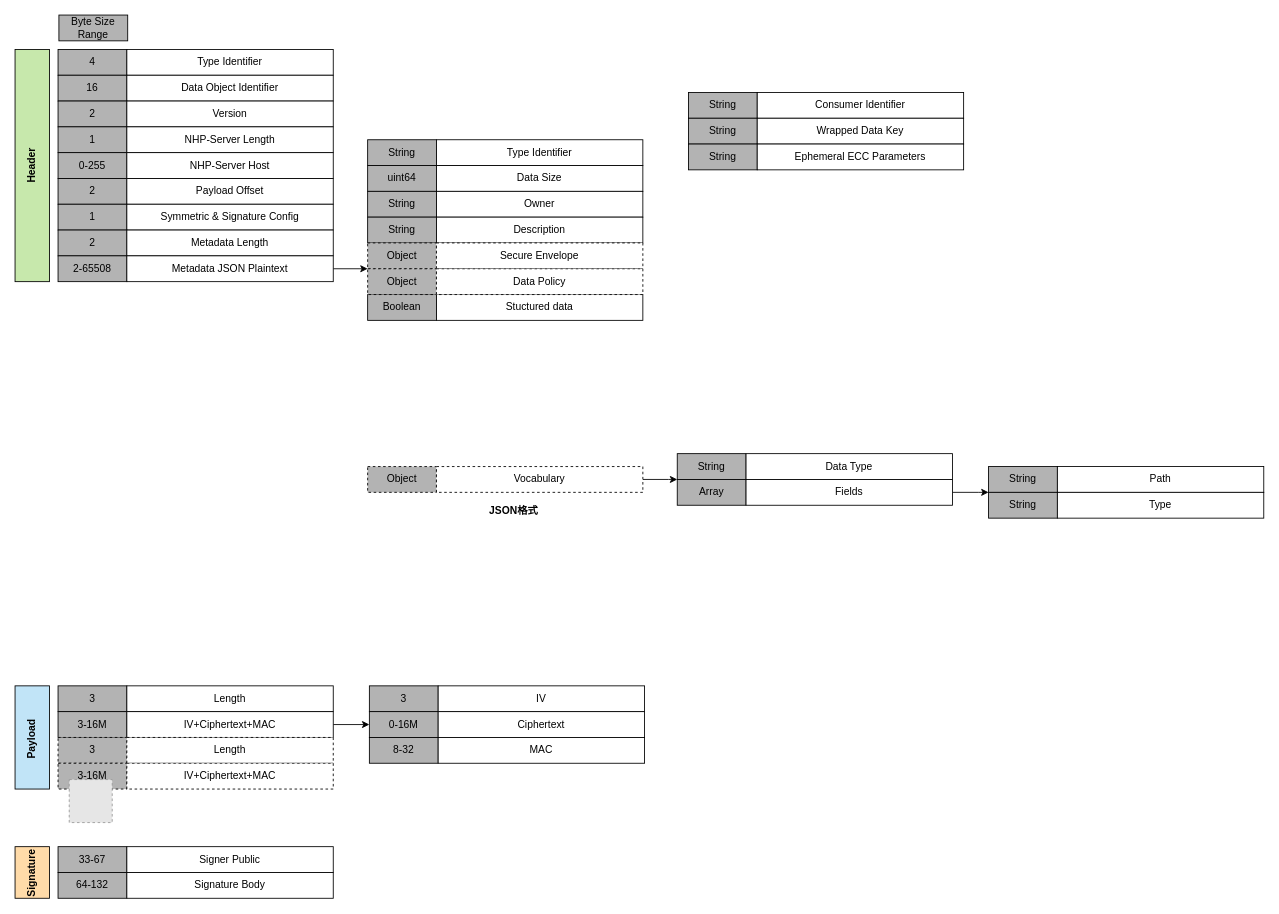
The draw.io diagram dhp/ZTDO.structure.drawio in wenhulove333/opendhp, before the edit. Source tidied: cells renumbered, new cells numbered last; positions are measured from the earlier drawing's top-left corner, leaving out a move shared by most shapes. Both pictures are drawn from the tidied source at 86%, with x=0, y=0 at pixel (6, 15). Pictures stored in the file or linked from it are replaced by grey dashed boxes.
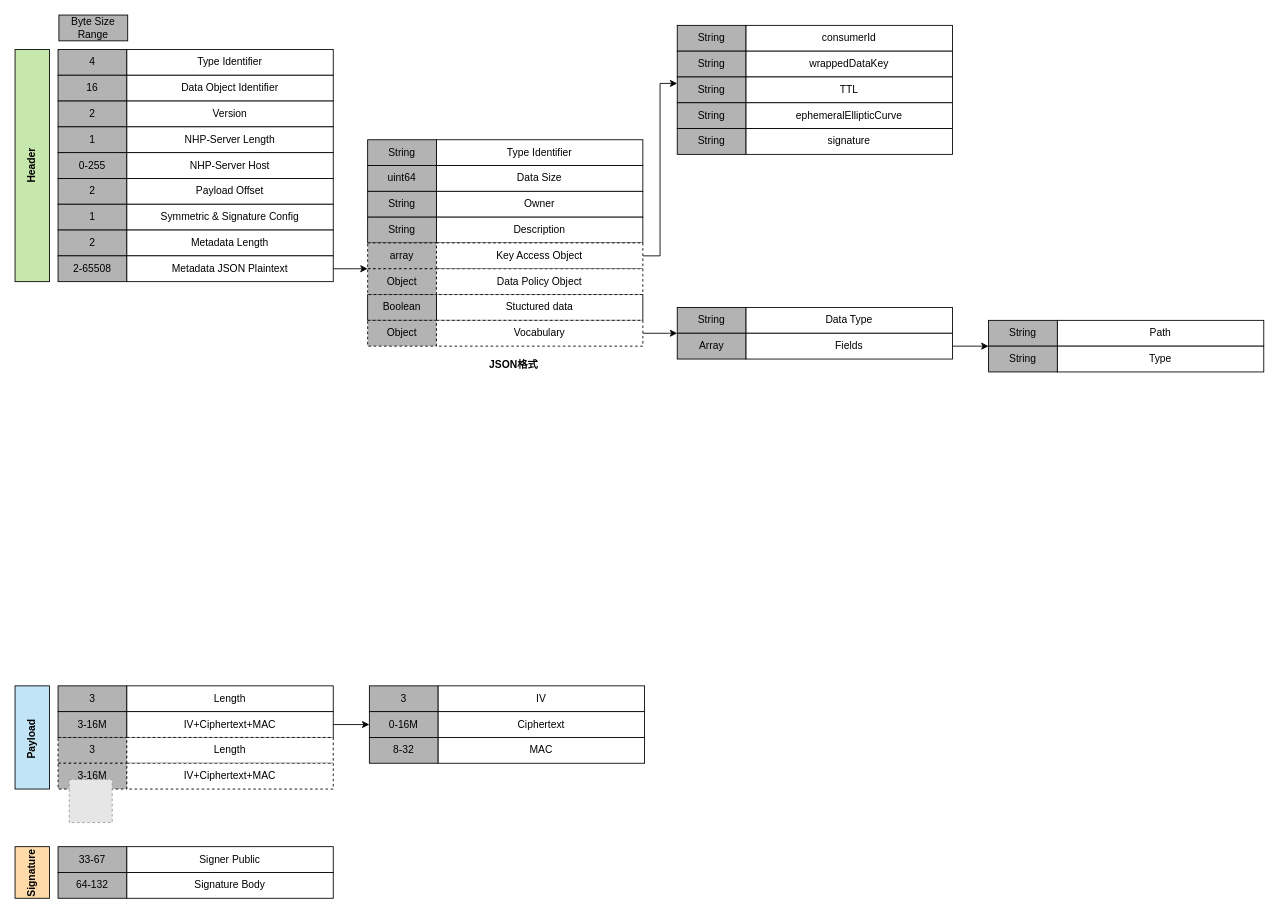
The same diagram, later.

Change to the diagram source:
```diff
@@
-    <mxCell id="52" value="Object" style="rounded=0;whiteSpace=wrap;html=1;fillColor=#B3B3B3;strokeColor=default;dashed=1;" parent="1" vertex="1">
+    <mxCell id="52" value="array" style="rounded=0;whiteSpace=wrap;html=1;fillColor=#B3B3B3;strokeColor=default;dashed=1;" parent="1" vertex="1">
       <mxGeometry x="420" y="265" width="80" height="30" as="geometry" />
     </mxCell>
+    <mxCell id="83" style="edgeStyle=orthogonalEdgeStyle;rounded=0;jettySize=auto;html=1;exitX=1;exitY=0.5;exitDx=0;exitDy=0;entryX=0;entryY=0.25;entryDx=0;entryDy=0;" parent="1" edge="1" source="53" target="81">
+      <mxGeometry relative="1" as="geometry" />
+    </mxCell>
-    <mxCell id="53" value="Secure Envelope" style="rounded=0;whiteSpace=wrap;html=1;dashed=1;" parent="1" vertex="1">
+    <mxCell id="53" value="Key Access Object" style="rounded=0;whiteSpace=wrap;html=1;dashed=1;" parent="1" vertex="1">
       <mxGeometry x="500" y="265" width="240" height="30" as="geometry" />
     </mxCell>
     <mxCell id="54" value="&lt;b&gt;JSON格式&lt;/b&gt;" style="text;html=1;align=center;verticalAlign=middle;whiteSpace=wrap;rounded=0;" parent="1" vertex="1">
-      <mxGeometry x="560" y="562" width="60" height="30" as="geometry" />
+      <mxGeometry x="560" y="392" width="60" height="30" as="geometry" />
     </mxCell>
@@
     <mxCell id="57" value="String" style="rounded=0;whiteSpace=wrap;html=1;fillColor=#B3B3B3;strokeColor=default;" parent="1" vertex="1">
-      <mxGeometry x="780" y="510" width="80" height="30" as="geometry" />
+      <mxGeometry x="780" y="340" width="80" height="30" as="geometry" />
     </mxCell>
     <mxCell id="58" value="Data Type" style="rounded=0;whiteSpace=wrap;html=1;" parent="1" vertex="1">
-      <mxGeometry x="860" y="510" width="240" height="30" as="geometry" />
+      <mxGeometry x="860" y="340" width="240" height="30" as="geometry" />
     </mxCell>
     <mxCell id="59" value="Array" style="rounded=0;whiteSpace=wrap;html=1;fillColor=#B3B3B3;strokeColor=default;" parent="1" vertex="1">
-      <mxGeometry x="780" y="540" width="80" height="30" as="geometry" />
+      <mxGeometry x="780" y="370" width="80" height="30" as="geometry" />
     </mxCell>
     <mxCell id="60" style="edgeStyle=orthogonalEdgeStyle;rounded=0;jettySize=auto;html=1;exitX=1;exitY=0.5;exitDx=0;exitDy=0;entryX=0;entryY=0;entryDx=0;entryDy=0;" parent="1" edge="1" source="61" target="64">
       <mxGeometry relative="1" as="geometry">
         <Array as="points">
-          <mxPoint x="1130" y="555" />
-          <mxPoint x="1130" y="555" />
+          <mxPoint x="1130" y="385" />
+          <mxPoint x="1130" y="385" />
         </Array>
       </mxGeometry>
     </mxCell>
     <mxCell id="61" value="Fields" style="rounded=0;whiteSpace=wrap;html=1;" parent="1" vertex="1">
-      <mxGeometry x="860" y="540" width="240" height="30" as="geometry" />
+      <mxGeometry x="860" y="370" width="240" height="30" as="geometry" />
     </mxCell>
     <mxCell id="62" value="String" style="rounded=0;whiteSpace=wrap;html=1;fillColor=#B3B3B3;strokeColor=default;" parent="1" vertex="1">
-      <mxGeometry x="1142" y="525" width="80" height="30" as="geometry" />
+      <mxGeometry x="1142" y="355" width="80" height="30" as="geometry" />
     </mxCell>
     <mxCell id="63" value="Path" style="rounded=0;whiteSpace=wrap;html=1;" parent="1" vertex="1">
-      <mxGeometry x="1222" y="525" width="240" height="30" as="geometry" />
+      <mxGeometry x="1222" y="355" width="240" height="30" as="geometry" />
     </mxCell>
     <mxCell id="64" value="String" style="rounded=0;whiteSpace=wrap;html=1;fillColor=#B3B3B3;strokeColor=default;" parent="1" vertex="1">
-      <mxGeometry x="1142" y="555" width="80" height="30" as="geometry" />
+      <mxGeometry x="1142" y="385" width="80" height="30" as="geometry" />
     </mxCell>
     <mxCell id="65" value="Type" style="rounded=0;whiteSpace=wrap;html=1;" parent="1" vertex="1">
-      <mxGeometry x="1222" y="555" width="240" height="30" as="geometry" />
+      <mxGeometry x="1222" y="385" width="240" height="30" as="geometry" />
     </mxCell>
@@
-    <mxCell id="73" value="Data Policy" style="rounded=0;whiteSpace=wrap;html=1;dashed=1;" parent="1" vertex="1">
+    <mxCell id="73" value="Data Policy Object" style="rounded=0;whiteSpace=wrap;html=1;dashed=1;" parent="1" vertex="1">
       <mxGeometry x="500" y="295" width="240" height="30" as="geometry" />
     </mxCell>
     <mxCell id="74" value="Object" style="rounded=0;whiteSpace=wrap;html=1;fillColor=#B3B3B3;strokeColor=default;dashed=1;" parent="1" vertex="1">
-      <mxGeometry x="420" y="525" width="80" height="30" as="geometry" />
+      <mxGeometry x="420" y="355" width="80" height="30" as="geometry" />
     </mxCell>
     <mxCell id="75" style="edgeStyle=orthogonalEdgeStyle;rounded=0;jettySize=auto;html=1;exitX=1;exitY=0.5;exitDx=0;exitDy=0;entryX=0;entryY=1;entryDx=0;entryDy=0;" parent="1" edge="1" source="76" target="57">
       <mxGeometry relative="1" as="geometry">
         <Array as="points">
-          <mxPoint x="770" y="540" />
-          <mxPoint x="770" y="540" />
+          <mxPoint x="770" y="370" />
+          <mxPoint x="770" y="370" />
         </Array>
       </mxGeometry>
     </mxCell>
     <mxCell id="76" value="Vocabulary" style="rounded=0;whiteSpace=wrap;html=1;dashed=1;" parent="1" vertex="1">
-      <mxGeometry x="500" y="525" width="240" height="30" as="geometry" />
+      <mxGeometry x="500" y="355" width="240" height="30" as="geometry" />
     </mxCell>
     <mxCell id="77" value="String" style="rounded=0;whiteSpace=wrap;html=1;fillColor=#B3B3B3;strokeColor=default;" parent="1" vertex="1">
-      <mxGeometry x="793" y="90" width="80" height="30" as="geometry" />
+      <mxGeometry x="780" y="12" width="80" height="30" as="geometry" />
     </mxCell>
-    <mxCell id="78" value="Consumer Identifier" style="rounded=0;whiteSpace=wrap;html=1;" parent="1" vertex="1">
-      <mxGeometry x="873" y="90" width="240" height="30" as="geometry" />
+    <mxCell id="78" value="consumerId" style="rounded=0;whiteSpace=wrap;html=1;" parent="1" vertex="1">
+      <mxGeometry x="860" y="12" width="240" height="30" as="geometry" />
     </mxCell>
     <mxCell id="79" value="String" style="rounded=0;whiteSpace=wrap;html=1;fillColor=#B3B3B3;strokeColor=default;" parent="1" vertex="1">
-      <mxGeometry x="793" y="120" width="80" height="30" as="geometry" />
+      <mxGeometry x="780" y="42" width="80" height="30" as="geometry" />
     </mxCell>
-    <mxCell id="80" value="Wrapped Data Key" style="rounded=0;whiteSpace=wrap;html=1;" parent="1" vertex="1">
-      <mxGeometry x="873" y="120" width="240" height="30" as="geometry" />
+    <mxCell id="80" value="wrappedDataKey" style="rounded=0;whiteSpace=wrap;html=1;" parent="1" vertex="1">
+      <mxGeometry x="860" y="42" width="240" height="30" as="geometry" />
     </mxCell>
     <mxCell id="81" value="String" style="rounded=0;whiteSpace=wrap;html=1;fillColor=#B3B3B3;strokeColor=default;" parent="1" vertex="1">
-      <mxGeometry x="793" y="150" width="80" height="30" as="geometry" />
+      <mxGeometry x="780" y="72" width="80" height="30" as="geometry" />
     </mxCell>
-    <mxCell id="82" value="Ephemeral ECC Parameters" style="rounded=0;whiteSpace=wrap;html=1;" parent="1" vertex="1">
-      <mxGeometry x="873" y="150" width="240" height="30" as="geometry" />
+    <mxCell id="82" value="TTL" style="rounded=0;whiteSpace=wrap;html=1;" parent="1" vertex="1">
+      <mxGeometry x="860" y="72" width="240" height="30" as="geometry" />
     </mxCell>
+    <mxCell id="84" value="String" style="rounded=0;whiteSpace=wrap;html=1;fillColor=#B3B3B3;strokeColor=default;" parent="1" vertex="1">
+      <mxGeometry x="780" y="102" width="80" height="30" as="geometry" />
+    </mxCell>
+    <mxCell id="85" value="ephemeralEllipticCurve" style="rounded=0;whiteSpace=wrap;html=1;" parent="1" vertex="1">
+      <mxGeometry x="860" y="102" width="240" height="30" as="geometry" />
+    </mxCell>
+    <mxCell id="86" value="String" style="rounded=0;whiteSpace=wrap;html=1;fillColor=#B3B3B3;strokeColor=default;" parent="1" vertex="1">
+      <mxGeometry x="780" y="132" width="80" height="30" as="geometry" />
+    </mxCell>
+    <mxCell id="87" value="signature" style="rounded=0;whiteSpace=wrap;html=1;" parent="1" vertex="1">
+      <mxGeometry x="860" y="132" width="240" height="30" as="geometry" />
+    </mxCell>
```
